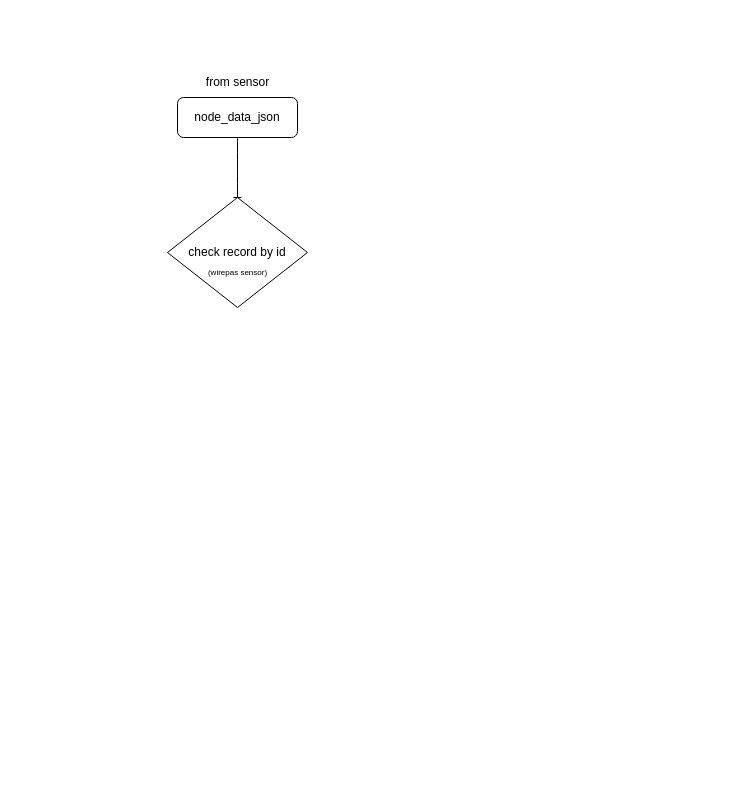
This is Untitled Diagram.drawio from Zeshan-Shakil/iot-core-diagrams, a draw.io file, before an edit. Source tidied: cells renumbered, new cells numbered last; positions are measured from the earlier drawing's top-left corner, leaving out a move shared by most shapes. Both pictures are drawn from the tidied source at 100%, with x=0, y=0 at pixel (167, 67).
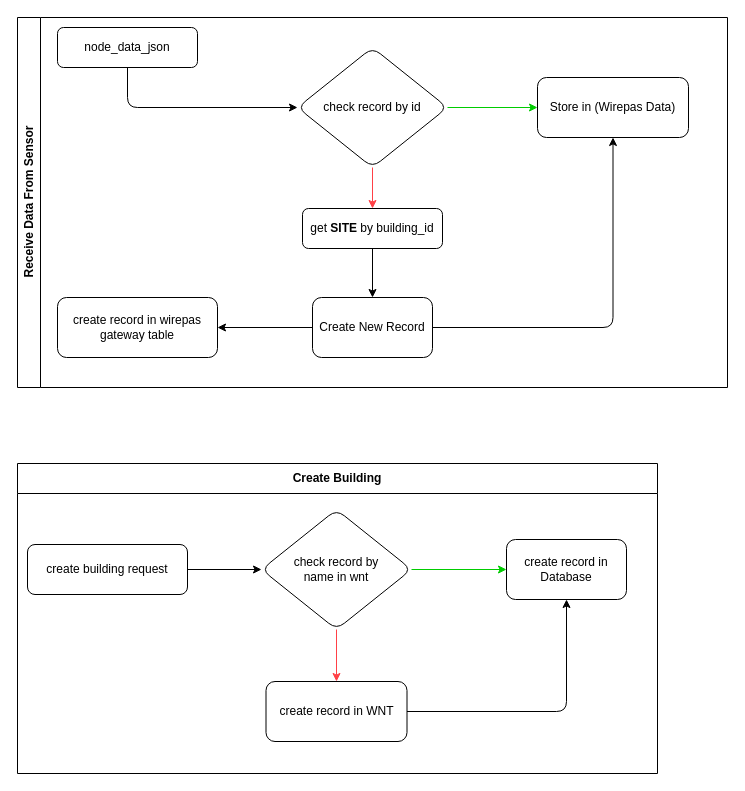
After the change.

The edit, as a diff of the source:
```diff
@@
+    <mxCell id="7" value="Create Building" style="swimlane;whiteSpace=wrap;html=1;startSize=30;" parent="1" vertex="1">
+      <mxGeometry x="-150" y="396" width="640" height="310" as="geometry" />
+    </mxCell>
+    <mxCell id="8" value="check record by &lt;br&gt;name&amp;nbsp;in wnt" style="rhombus;whiteSpace=wrap;html=1;rounded=1;" parent="7" vertex="1">
+      <mxGeometry x="244" y="46" width="150" height="120" as="geometry" />
+    </mxCell>
+    <mxCell id="9" value="create building request" style="rounded=1;whiteSpace=wrap;html=1;" parent="7" vertex="1">
+      <mxGeometry x="10" y="81" width="160" height="50" as="geometry" />
+    </mxCell>
+    <mxCell id="10" style="edgeStyle=orthogonalEdgeStyle;rounded=0;jettySize=auto;html=1;entryX=0;entryY=0.5;entryDx=0;entryDy=0;" parent="7" edge="1" source="9" target="8">
+      <mxGeometry relative="1" as="geometry" />
+    </mxCell>
+    <mxCell id="11" value="create record in Database" style="whiteSpace=wrap;html=1;rounded=1;" parent="7" vertex="1">
+      <mxGeometry x="489" y="76" width="120" height="60" as="geometry" />
+    </mxCell>
+    <mxCell id="12" style="edgeStyle=orthogonalEdgeStyle;rounded=0;jettySize=auto;html=1;strokeColor=#00CC00;" parent="7" edge="1" source="8" target="11">
+      <mxGeometry relative="1" as="geometry" />
+    </mxCell>
+    <mxCell id="13" value="create record in WNT" style="whiteSpace=wrap;html=1;rounded=1;" parent="7" vertex="1">
+      <mxGeometry x="248.5" y="218" width="141" height="60" as="geometry" />
+    </mxCell>
+    <mxCell id="14" style="edgeStyle=orthogonalEdgeStyle;rounded=0;jettySize=auto;html=1;strokeColor=#FF4046;" parent="7" edge="1" source="8" target="13">
+      <mxGeometry relative="1" as="geometry" />
+    </mxCell>
+    <mxCell id="15" style="edgeStyle=orthogonalEdgeStyle;rounded=1;jettySize=auto;html=1;entryX=0.5;entryY=1;entryDx=0;entryDy=0;strokeColor=none;" parent="7" edge="1" source="13" target="11">
+      <mxGeometry relative="1" as="geometry" />
+    </mxCell>
+    <mxCell id="16" style="edgeStyle=orthogonalEdgeStyle;rounded=1;jettySize=auto;html=1;entryX=0.5;entryY=1;entryDx=0;entryDy=0;" parent="7" edge="1" source="13" target="11">
+      <mxGeometry relative="1" as="geometry" />
+    </mxCell>
+    <mxCell id="17" value="Receive Data From Sensor" style="swimlane;horizontal=0;whiteSpace=wrap;html=1;" parent="1" vertex="1">
+      <mxGeometry x="-150" y="-50" width="710" height="370" as="geometry" />
+    </mxCell>
+    <mxCell id="3" value="node_data_json" style="rounded=1;whiteSpace=wrap;html=1;" parent="17" vertex="1">
+      <mxGeometry x="40" y="10" width="140" height="40" as="geometry" />
+    </mxCell>
+    <mxCell id="18" value="create record in wirepas gateway table" style="whiteSpace=wrap;html=1;rounded=1;" parent="17" vertex="1">
+      <mxGeometry x="40" y="280" width="160" height="60" as="geometry" />
+    </mxCell>
+    <mxCell id="19" value="Create New Record" style="whiteSpace=wrap;html=1;rounded=1;" parent="17" vertex="1">
+      <mxGeometry x="295" y="280" width="120" height="60" as="geometry" />
+    </mxCell>
+    <mxCell id="20" style="edgeStyle=orthogonalEdgeStyle;rounded=0;jettySize=auto;html=1;" parent="17" edge="1" source="19" target="18">
+      <mxGeometry relative="1" as="geometry" />
+    </mxCell>
+    <mxCell id="21" value="get &lt;b&gt;SITE&lt;/b&gt;&amp;nbsp;by building_id" style="whiteSpace=wrap;html=1;rounded=1;" parent="17" vertex="1">
+      <mxGeometry x="285" y="191" width="140" height="40" as="geometry" />
+    </mxCell>
+    <mxCell id="22" style="edgeStyle=orthogonalEdgeStyle;rounded=0;jettySize=auto;html=1;entryX=0.5;entryY=0;entryDx=0;entryDy=0;" parent="17" edge="1" source="21" target="19">
+      <mxGeometry relative="1" as="geometry" />
+    </mxCell>
+    <mxCell id="5" value="check record by id" style="rhombus;whiteSpace=wrap;html=1;rounded=1;" parent="17" vertex="1">
+      <mxGeometry x="280" y="30" width="150" height="120" as="geometry" />
+    </mxCell>
-    <mxCell id="2" style="edgeStyle=orthogonalEdgeStyle;rounded=0;jettySize=auto;html=1;horizontal=1;fontFamily=Garamond;curved=1;endArrow=baseDash;endFill=0;" parent="1" edge="1" source="3" target="5">
+    <mxCell id="2" style="edgeStyle=orthogonalEdgeStyle;jettySize=auto;html=1;entryX=0;entryY=0.5;entryDx=0;entryDy=0;exitX=0.5;exitY=1;exitDx=0;exitDy=0;rounded=1;" parent="17" edge="1" source="3" target="5">
       <mxGeometry relative="1" as="geometry" />
     </mxCell>
-    <mxCell id="3" value="node_data_json" style="rounded=1;whiteSpace=wrap;html=1;fontSize=12;glass=0;strokeWidth=1;shadow=0;" parent="1" vertex="1">
-      <mxGeometry x="10" y="30" width="120" height="40" as="geometry" />
-    </mxCell>
-    <mxCell id="4" value="from sensor" style="text;html=1;align=center;verticalAlign=middle;strokeColor=none;fillColor=none;" parent="1" vertex="1">
-      <mxGeometry x="25" width="90" height="30" as="geometry" />
-    </mxCell>
-    <mxCell id="5" value="check record by id" style="rhombus;whiteSpace=wrap;html=1;" parent="1" vertex="1">
-      <mxGeometry y="130" width="140" height="110" as="geometry" />
-    </mxCell>
-    <mxCell id="6" value="&lt;p style=&quot;line-height: 50%; font-size: 8px;&quot;&gt;&lt;font style=&quot;font-size: 8px;&quot;&gt;(wirepas sensor)&lt;/font&gt;&lt;/p&gt;" style="text;html=1;align=center;verticalAlign=middle;strokeColor=none;fillColor=none;strokeWidth=4;fontSize=8;" parent="1" vertex="1">
-      <mxGeometry x="30" y="190" width="80" height="30" as="geometry" />
-    </mxCell>
+    <mxCell id="23" style="edgeStyle=orthogonalEdgeStyle;rounded=0;jettySize=auto;html=1;strokeColor=#FF4046;" parent="17" edge="1" source="5" target="21">
+      <mxGeometry relative="1" as="geometry" />
+    </mxCell>
+    <mxCell id="24" value="Store in (Wirepas Data)" style="whiteSpace=wrap;html=1;rounded=1;" parent="17" vertex="1">
+      <mxGeometry x="520" y="60" width="151" height="60" as="geometry" />
+    </mxCell>
+    <mxCell id="25" style="edgeStyle=orthogonalEdgeStyle;rounded=1;jettySize=auto;html=1;entryX=0.5;entryY=1;entryDx=0;entryDy=0;targetPerimeterSpacing=6;" parent="17" edge="1" source="19" target="24">
+      <mxGeometry relative="1" as="geometry" />
+    </mxCell>
+    <mxCell id="26" style="edgeStyle=orthogonalEdgeStyle;rounded=0;jettySize=auto;html=1;entryX=0;entryY=0.5;entryDx=0;entryDy=0;strokeColor=#00CC00;" parent="17" edge="1" source="5" target="24">
+      <mxGeometry relative="1" as="geometry" />
+    </mxCell>
```
